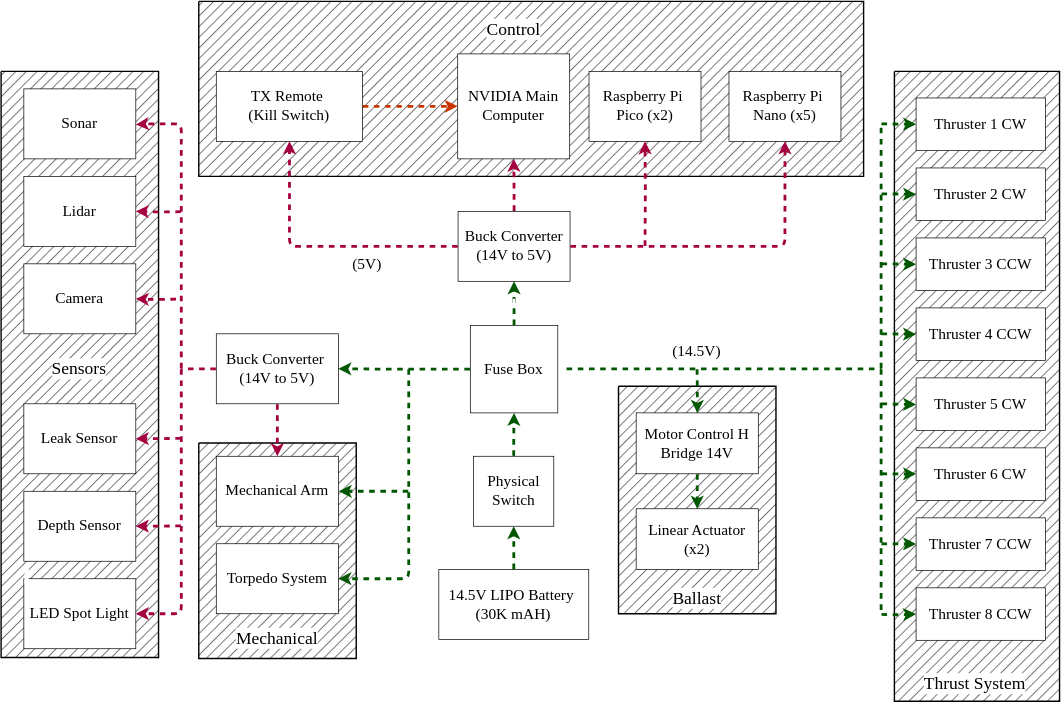
Above: res/electrical_diagram.svg in Xterminate1818/robosub-website-2024 (draw.io), before the change. Source tidied: cells renumbered, new cells last; positions are measured from the earlier drawing's top-left corner, leaving out a move shared by most shapes.
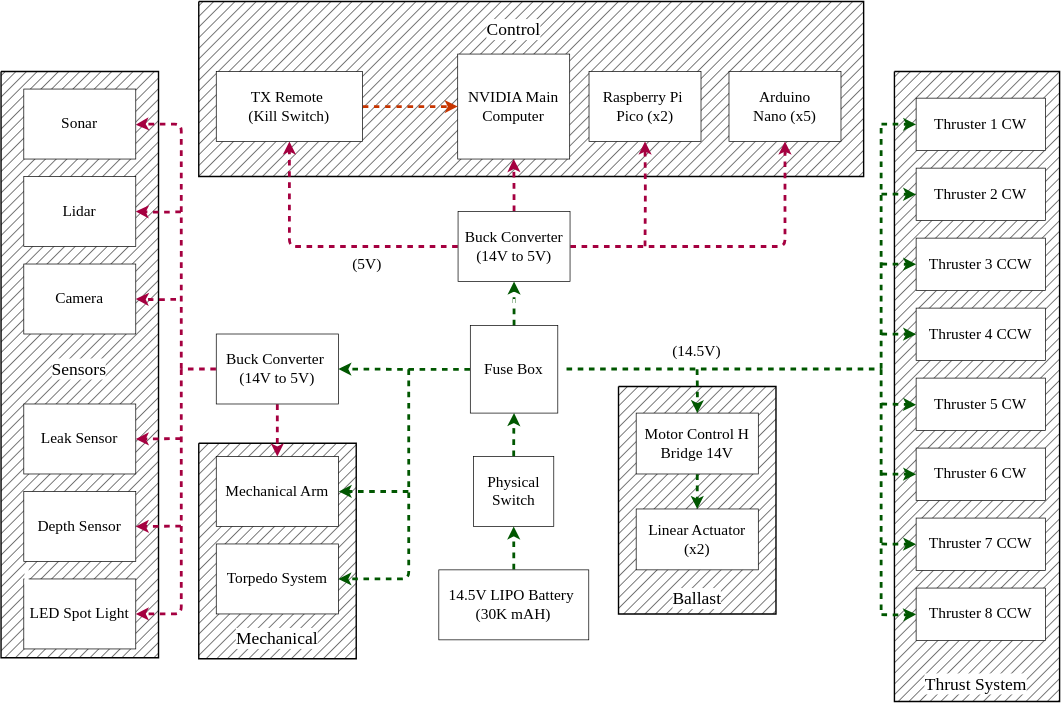
Above is the later version.

Change to the diagram source:
```diff
@@ -41,7 +41,7 @@
     <mxCell id="14" value="NVIDIA Main Computer" style="rounded=0;whiteSpace=wrap;html=1;fontSize=22;textShadow=0;fontFamily=Verdana;" parent="1" vertex="1">
       <mxGeometry x="652" y="75" width="160" height="150" as="geometry" />
     </mxCell>
-    <mxCell id="15" value="&lt;div&gt;Raspberry Pi&amp;nbsp;&lt;/div&gt;&lt;div&gt;Nano (x5)&lt;/div&gt;" style="rounded=0;whiteSpace=wrap;html=1;fontSize=22;textShadow=0;fontFamily=Verdana;" parent="1" vertex="1">
+    <mxCell id="15" value="&lt;div&gt;Arduino &lt;br&gt;&lt;/div&gt;&lt;div&gt;Nano (x5)&lt;/div&gt;" style="rounded=0;whiteSpace=wrap;html=1;fontSize=22;textShadow=0;fontFamily=Verdana;" parent="1" vertex="1">
       <mxGeometry x="1039.6" y="100" width="160" height="100" as="geometry" />
     </mxCell>
     <mxCell id="16" style="edgeStyle=orthogonalEdgeStyle;shape=connector;curved=0;rounded=1;jettySize=auto;html=1;strokeColor=#A50040;strokeWidth=4;align=center;verticalAlign=middle;fontFamily=Verdana;fontSize=22;fontColor=default;labelBackgroundColor=default;endArrow=classic;flowAnimation=1;entryX=0.5;entryY=1;entryDx=0;entryDy=0;fillColor=#d80073;textShadow=0;" parent="1" edge="1" target="17">
```
